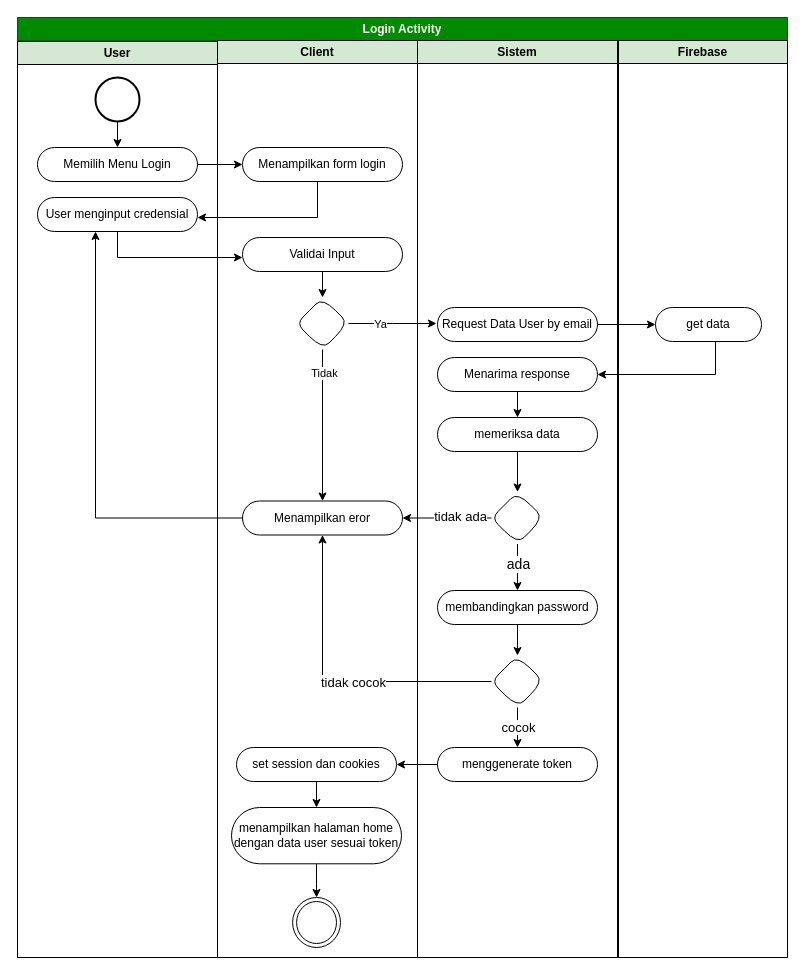
Before: page "activity login" (12 of 42) of skrpsian.drawio in ThikerXCX/umltoko, a draw.io diagram. Source tidied: cells renumbered, new cells numbered last; positions are measured from the earlier drawing's top-left corner, leaving out a move shared by most shapes. Both pictures are drawn from the tidied source at 100%, with x=0, y=0 at pixel (17, 17).
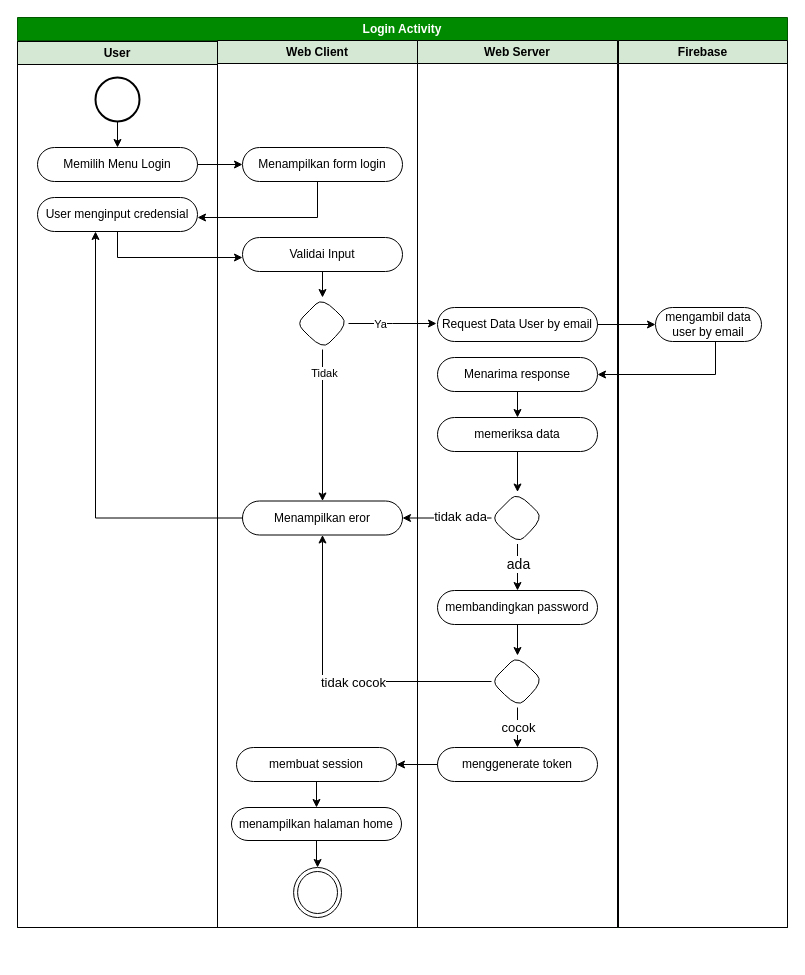
The same page after the edit.

What changed in the source:
```diff
@@
     <mxCell id="2" value="Login Activity" style="swimlane;whiteSpace=wrap;html=1;fillColor=#008a00;fontColor=#ffffff;strokeColor=#005700;" parent="1" vertex="1">
-      <mxGeometry width="770" height="940" as="geometry" />
+      <mxGeometry width="770" height="910" as="geometry" />
     </mxCell>
     <mxCell id="3" value="User" style="swimlane;whiteSpace=wrap;html=1;fillColor=#d5e8d4;strokeColor=#000000;" parent="2" vertex="1">
-      <mxGeometry y="24" width="200" height="916" as="geometry" />
+      <mxGeometry y="24" width="200" height="886" as="geometry" />
     </mxCell>
@@
-    <mxCell id="8" value="Client" style="swimlane;whiteSpace=wrap;html=1;fillColor=#d5e8d4;startSize=23;strokeColor=#000000;" parent="2" vertex="1">
-      <mxGeometry x="200" y="23" width="200" height="917" as="geometry" />
+    <mxCell id="8" value="Web Client" style="swimlane;whiteSpace=wrap;html=1;fillColor=#d5e8d4;startSize=23;strokeColor=#000000;" parent="2" vertex="1">
+      <mxGeometry x="200" y="23" width="200" height="887" as="geometry" />
     </mxCell>
@@
-    <mxCell id="13" value="menampilkan halaman home dengan data user sesuai token" style="rounded=1;whiteSpace=wrap;html=1;arcSize=50;fillColor=none;" parent="8" vertex="1">
-      <mxGeometry x="14" y="767" width="170" height="56.3" as="geometry" />
+    <mxCell id="13" value="menampilkan halaman home" style="rounded=1;whiteSpace=wrap;html=1;arcSize=50;fillColor=none;" parent="8" vertex="1">
+      <mxGeometry x="14" y="767" width="170" height="33" as="geometry" />
     </mxCell>
@@
-    <mxCell id="18" value="set session dan cookies" style="rounded=1;whiteSpace=wrap;html=1;arcSize=50;fillColor=none;" parent="8" vertex="1">
+    <mxCell id="18" value="membuat session" style="rounded=1;whiteSpace=wrap;html=1;arcSize=50;fillColor=none;" parent="8" vertex="1">
       <mxGeometry x="19" y="707" width="160" height="34" as="geometry" />
     </mxCell>
+    <mxCell id="49" style="ellipse;html=1;shape=endState;fillColor=none;strokeColor=#000000;" parent="8" vertex="1">
+      <mxGeometry x="76.1" y="827" width="47.9" height="50" as="geometry" />
+    </mxCell>
+    <mxCell id="50" style="edgeStyle=orthogonalEdgeStyle;rounded=0;jettySize=auto;html=1;" parent="8" edge="1" source="13" target="49">
+      <mxGeometry relative="1" as="geometry" />
+    </mxCell>
-    <mxCell id="19" value="Sistem" style="swimlane;whiteSpace=wrap;html=1;fillColor=#d5e8d4;startSize=23;strokeColor=#000000;" parent="2" vertex="1">
-      <mxGeometry x="400" y="23" width="200" height="917" as="geometry" />
+    <mxCell id="19" value="Web Server" style="swimlane;whiteSpace=wrap;html=1;fillColor=#d5e8d4;startSize=23;strokeColor=#000000;" parent="2" vertex="1">
+      <mxGeometry x="400" y="23" width="200" height="887" as="geometry" />
     </mxCell>
@@
     <mxCell id="34" value="Firebase" style="swimlane;whiteSpace=wrap;html=1;fillColor=#d5e8d4;strokeColor=#000000;" parent="2" vertex="1">
-      <mxGeometry x="601" y="23" width="169" height="917" as="geometry" />
+      <mxGeometry x="601" y="23" width="169" height="887" as="geometry" />
     </mxCell>
-    <mxCell id="35" value="get data" style="rounded=1;whiteSpace=wrap;html=1;arcSize=50;fillColor=none;" parent="34" vertex="1">
+    <mxCell id="35" value="mengambil data user by email" style="rounded=1;whiteSpace=wrap;html=1;arcSize=50;fillColor=none;" parent="34" vertex="1">
       <mxGeometry x="37" y="267" width="106" height="34" as="geometry" />
     </mxCell>
@@
-    <mxCell id="49" style="ellipse;html=1;shape=endState;fillColor=none;strokeColor=#000000;" parent="1" vertex="1">
-      <mxGeometry x="275.1" y="880" width="47.9" height="50" as="geometry" />
-    </mxCell>
-    <mxCell id="50" style="edgeStyle=orthogonalEdgeStyle;rounded=0;jettySize=auto;html=1;" parent="1" edge="1" source="13" target="49">
-      <mxGeometry relative="1" as="geometry" />
-    </mxCell>
```
